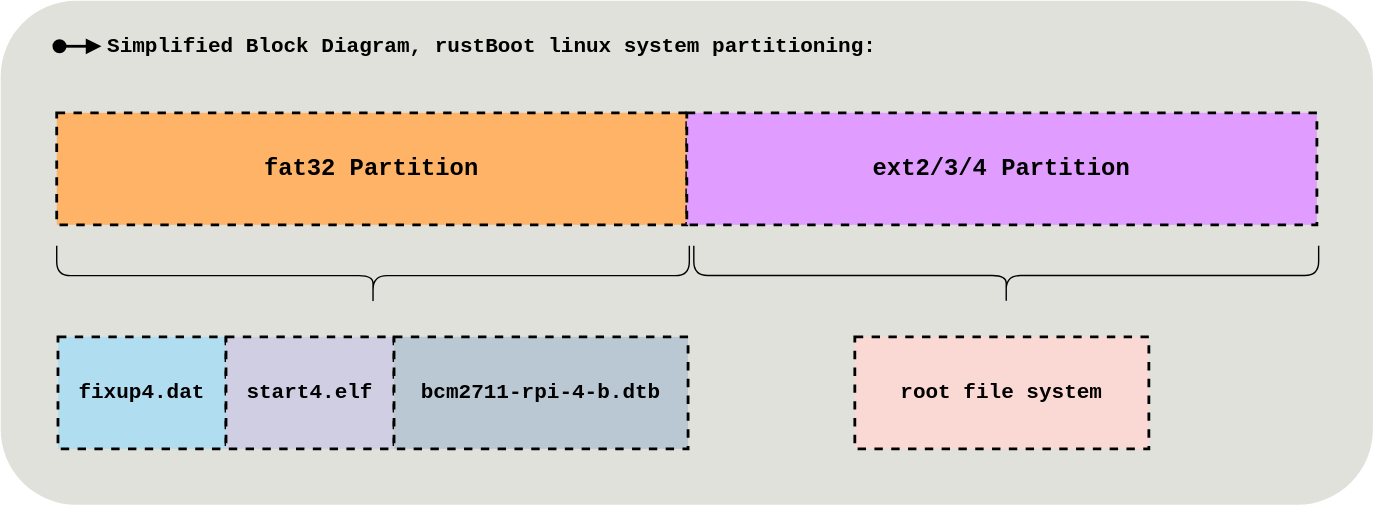
Earlier version of the draw.io export linux_partition.svg (imrank03/rustBoot-book-diagrams). Source tidied: cells renumbered, new cells last; positions are measured from the earlier drawing's top-left corner, leaving out a move shared by most shapes.
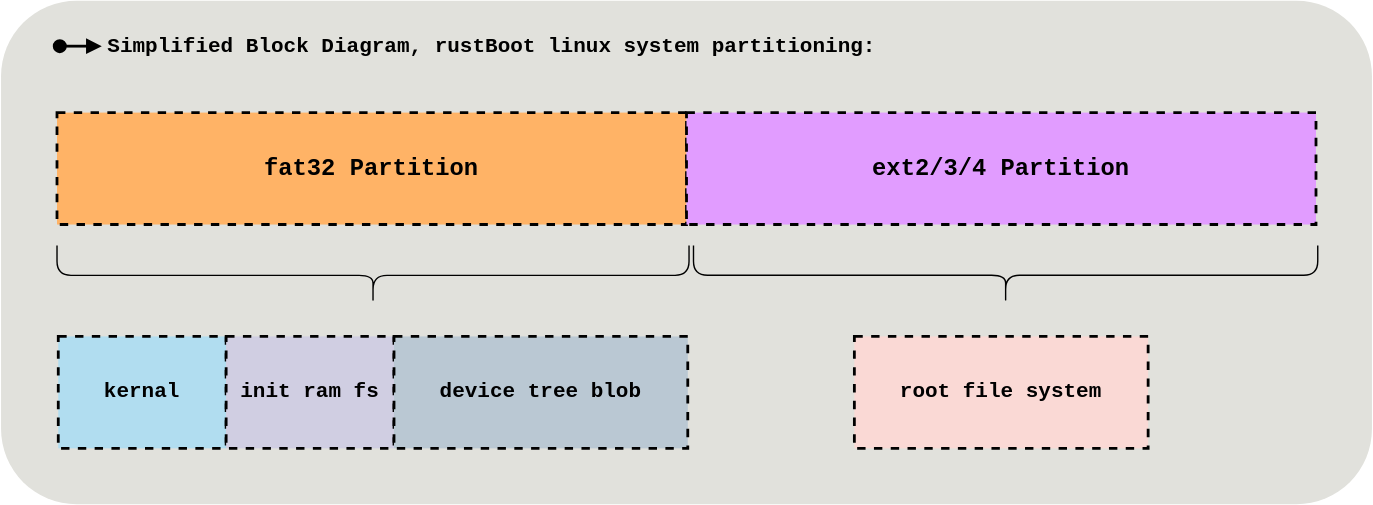
Later version of the same file.

Commit message:
updated linux partition diagram

Change to the diagram source:
```diff
@@ -23,13 +23,13 @@
         </Array>
       </mxGeometry>
     </mxCell>
-    <mxCell id="7" value="&lt;div style=&quot;font-family: menlo, monaco, &amp;quot;courier new&amp;quot;, monospace; line-height: 18px; font-size: 15px;&quot;&gt;fixup4.dat&lt;/div&gt;" style="rounded=0;whiteSpace=wrap;html=1;dashed=1;strokeWidth=2;strokeColor=#000000;fillColor=#b1ddf0;labelBorderColor=none;labelBackgroundColor=none;fontStyle=1;fontSize=15;glass=0;" parent="1" vertex="1">
+    <mxCell id="7" value="&lt;div style=&quot;font-family: &amp;#34;menlo&amp;#34; , &amp;#34;monaco&amp;#34; , &amp;#34;courier new&amp;#34; , monospace ; line-height: 18px ; font-size: 15px&quot;&gt;kernal&lt;/div&gt;" style="rounded=0;whiteSpace=wrap;html=1;dashed=1;strokeWidth=2;strokeColor=#000000;fillColor=#b1ddf0;labelBorderColor=none;labelBackgroundColor=none;fontStyle=1;fontSize=15;glass=0;" parent="1" vertex="1">
       <mxGeometry x="40.9" y="270" width="120" height="80" as="geometry" />
     </mxCell>
-    <mxCell id="8" value="&lt;div style=&quot;font-family: menlo, monaco, &amp;quot;courier new&amp;quot;, monospace; line-height: 18px; font-size: 15px;&quot;&gt;start4.elf&lt;/div&gt;" style="rounded=0;whiteSpace=wrap;html=1;dashed=1;strokeWidth=2;strokeColor=#000000;fillColor=#d0cee2;labelBorderColor=none;labelBackgroundColor=none;fontStyle=1;fontSize=15;glass=0;" parent="1" vertex="1">
+    <mxCell id="8" value="&lt;div style=&quot;font-family: &amp;#34;menlo&amp;#34; , &amp;#34;monaco&amp;#34; , &amp;#34;courier new&amp;#34; , monospace ; line-height: 18px ; font-size: 15px&quot;&gt;init ram fs&lt;/div&gt;" style="rounded=0;whiteSpace=wrap;html=1;dashed=1;strokeWidth=2;strokeColor=#000000;fillColor=#d0cee2;labelBorderColor=none;labelBackgroundColor=none;fontStyle=1;fontSize=15;glass=0;" parent="1" vertex="1">
       <mxGeometry x="160.9" y="270" width="120" height="80" as="geometry" />
     </mxCell>
-    <mxCell id="9" value="&lt;div style=&quot;font-family: menlo, monaco, &amp;quot;courier new&amp;quot;, monospace; line-height: 18px; font-size: 15px;&quot;&gt;bcm2711-rpi-4-b.dtb&lt;/div&gt;" style="rounded=0;whiteSpace=wrap;html=1;dashed=1;strokeWidth=2;strokeColor=#000000;fillColor=#bac8d3;labelBorderColor=none;labelBackgroundColor=none;fontStyle=1;fontSize=15;glass=0;" parent="1" vertex="1">
+    <mxCell id="9" value="&lt;div style=&quot;font-family: &amp;#34;menlo&amp;#34; , &amp;#34;monaco&amp;#34; , &amp;#34;courier new&amp;#34; , monospace ; line-height: 18px ; font-size: 15px&quot;&gt;device tree blob&lt;/div&gt;" style="rounded=0;whiteSpace=wrap;html=1;dashed=1;strokeWidth=2;strokeColor=#000000;fillColor=#bac8d3;labelBorderColor=none;labelBackgroundColor=none;fontStyle=1;fontSize=15;glass=0;" parent="1" vertex="1">
       <mxGeometry x="280.9" y="270" width="210" height="80" as="geometry" />
     </mxCell>
     <mxCell id="10" style="shape=curlyBracket;whiteSpace=wrap;html=1;rounded=1;flipH=1;rotation=90;size=0.5;" parent="1" vertex="1">
```
